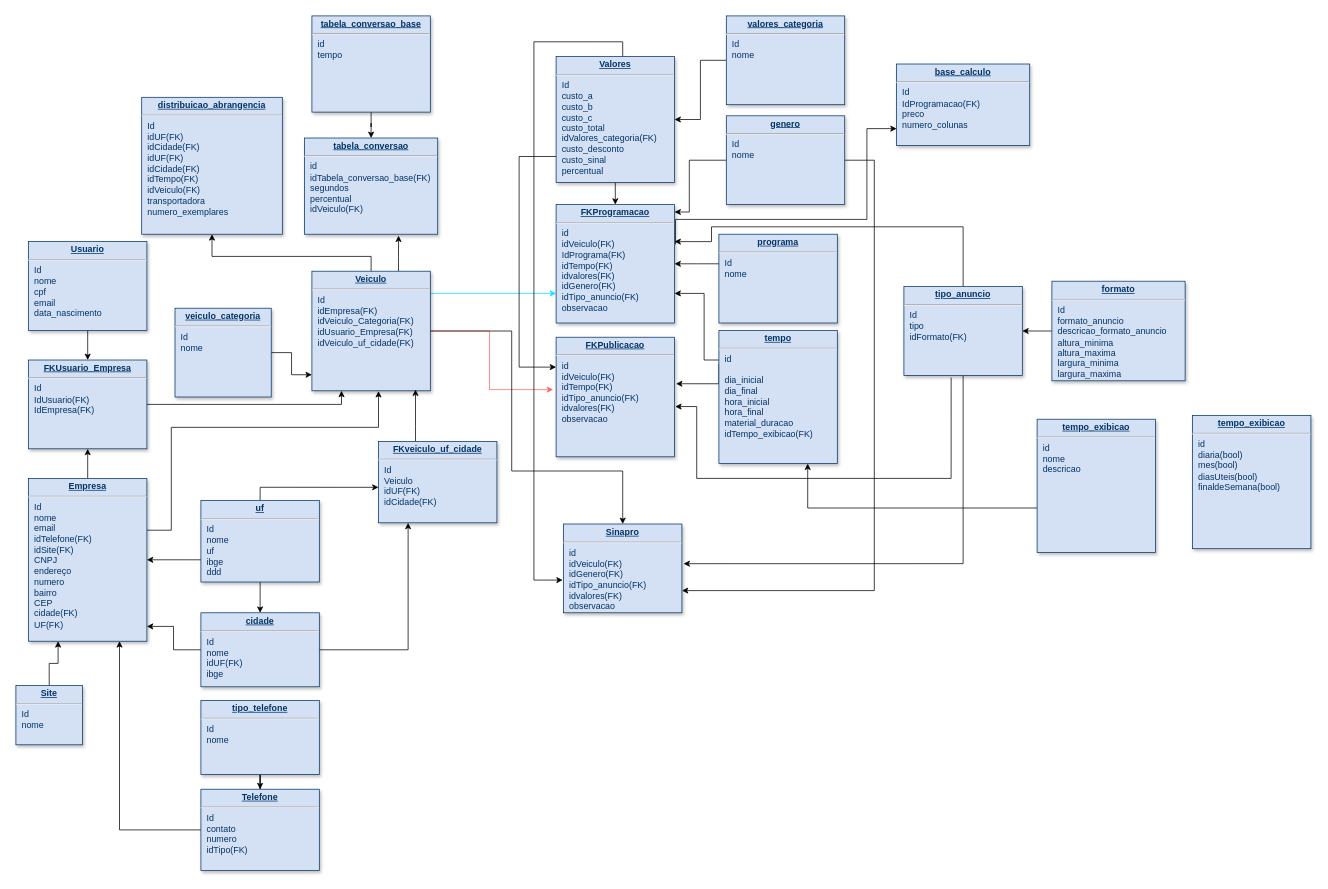
Before: Diagrama atualizado.drawio in diogo-guimaraes/teste_git, a draw.io diagram. Source tidied: cells renumbered, new cells numbered last; positions are measured from the earlier drawing's top-left corner, leaving out a move shared by most shapes. Both pictures are drawn from the tidied source at 74%, with x=0, y=0 at pixel (16, 16).
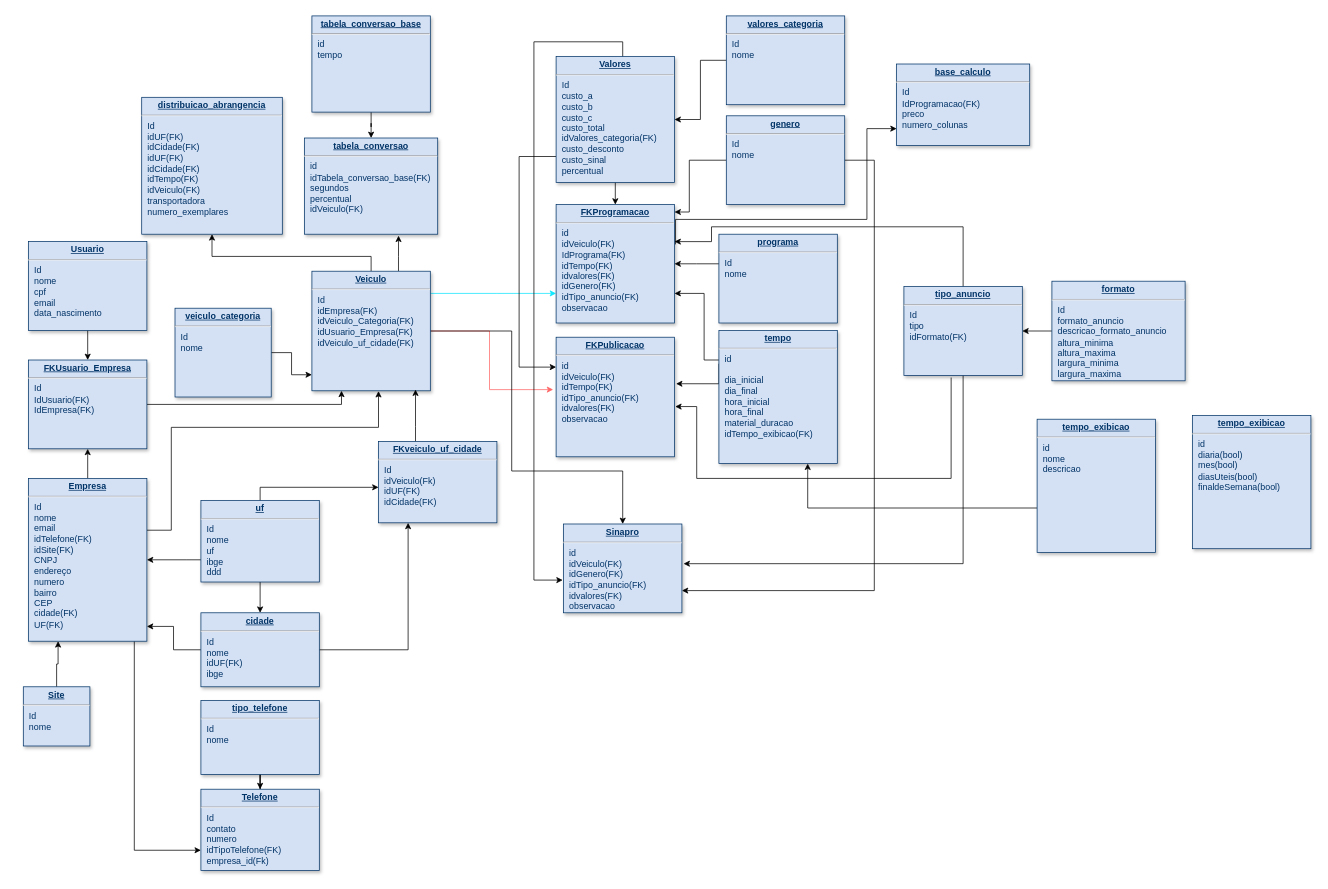
After the change.

The change refers to these unchanged cells:
```xml
<mxCell id="16" value="&lt;p style=&quot;margin: 0px ; margin-top: 4px ; text-align: center ; text-decoration: underline&quot;&gt;&lt;b&gt;Empresa&lt;/b&gt;&lt;/p&gt;&lt;hr&gt;&lt;p style=&quot;margin: 0px ; margin-left: 8px&quot;&gt;Id&lt;/p&gt;&lt;p style=&quot;margin: 0px ; margin-left: 8px&quot;&gt;nome&lt;/p&gt;&lt;p style=&quot;margin: 0px ; margin-left: 8px&quot;&gt;email&lt;/p&gt;&lt;p style=&quot;margin: 0px ; margin-left: 8px&quot;&gt;&lt;span&gt;idTelefone(FK)&lt;/span&gt;&lt;/p&gt;&lt;p style=&quot;margin: 0px ; margin-left: 8px&quot;&gt;&lt;span&gt;idSite(FK)&lt;/span&gt;&lt;/p&gt;&lt;p style=&quot;margin: 0px ; margin-left: 8px&quot;&gt;&lt;span&gt;CNPJ&lt;/span&gt;&lt;br&gt;&lt;/p&gt;&lt;p style=&quot;margin: 0px ; margin-left: 8px&quot;&gt;endereço&lt;/p&gt;&lt;p style=&quot;margin: 0px ; margin-left: 8px&quot;&gt;numero&lt;/p&gt;&lt;p style=&quot;margin: 0px ; margin-left: 8px&quot;&gt;bairro&lt;/p&gt;&lt;p style=&quot;margin: 0px ; margin-left: 8px&quot;&gt;&lt;span&gt;CEP&lt;/span&gt;&lt;br&gt;&lt;/p&gt;&lt;p style=&quot;margin: 0px ; margin-left: 8px&quot;&gt;cidade(FK)&lt;/p&gt;&lt;p style=&quot;margin: 0px ; margin-left: 8px&quot;&gt;&lt;span&gt;UF(FK)&lt;/span&gt;&lt;/p&gt;&lt;p style=&quot;margin: 0px ; margin-left: 8px&quot;&gt;&lt;br&gt;&lt;/p&gt;&lt;p style=&quot;margin: 0px ; margin-left: 8px&quot;&gt;&lt;br&gt;&lt;/p&gt;" style="verticalAlign=top;align=left;overflow=fill;fontSize=12;fontFamily=Helvetica;html=1;strokeColor=#003366;shadow=1;fillColor=#D4E1F5;fontColor=#003366;" parent="1" vertex="1">
  <mxGeometry x="17" y="625" width="160" height="220" as="geometry" />
</mxCell>
```

The edit, as a diff of the source:
```diff
@@
+    <mxCell id="64" style="edgeStyle=orthogonalEdgeStyle;rounded=0;jettySize=auto;html=1;entryX=0;entryY=0.75;entryDx=0;entryDy=0;" parent="1" edge="1" source="16" target="27">
+      <mxGeometry relative="1" as="geometry">
+        <Array as="points">
+          <mxPoint x="160" y="1128" />
+        </Array>
+      </mxGeometry>
+    </mxCell>
@@
-    <mxCell id="26" style="edgeStyle=orthogonalEdgeStyle;rounded=0;jettySize=auto;html=1;" parent="1" edge="1" source="27" target="16">
-      <mxGeometry relative="1" as="geometry">
-        <Array as="points">
-          <mxPoint x="140" y="1100" />
-        </Array>
-      </mxGeometry>
-    </mxCell>
-    <mxCell id="27" value="&lt;p style=&quot;margin: 0px ; margin-top: 4px ; text-align: center ; text-decoration: underline&quot;&gt;&lt;b&gt;Telefone&lt;/b&gt;&lt;/p&gt;&lt;hr&gt;&lt;p style=&quot;margin: 0px ; margin-left: 8px&quot;&gt;Id&lt;/p&gt;&lt;p style=&quot;margin: 0px ; margin-left: 8px&quot;&gt;contato&lt;/p&gt;&lt;p style=&quot;margin: 0px ; margin-left: 8px&quot;&gt;numero&lt;/p&gt;&lt;p style=&quot;margin: 0px ; margin-left: 8px&quot;&gt;idTipo(FK)&lt;/p&gt;" style="verticalAlign=top;align=left;overflow=fill;fontSize=12;fontFamily=Helvetica;html=1;strokeColor=#003366;shadow=1;fillColor=#D4E1F5;fontColor=#003366;" parent="1" vertex="1">
+    <mxCell id="27" value="&lt;p style=&quot;margin: 0px ; margin-top: 4px ; text-align: center ; text-decoration: underline&quot;&gt;&lt;b&gt;Telefone&lt;/b&gt;&lt;/p&gt;&lt;hr&gt;&lt;p style=&quot;margin: 0px ; margin-left: 8px&quot;&gt;Id&lt;/p&gt;&lt;p style=&quot;margin: 0px ; margin-left: 8px&quot;&gt;contato&lt;/p&gt;&lt;p style=&quot;margin: 0px ; margin-left: 8px&quot;&gt;numero&lt;/p&gt;&lt;p style=&quot;margin: 0px ; margin-left: 8px&quot;&gt;idTipoTelefone(FK)&lt;/p&gt;&lt;p style=&quot;margin: 0px ; margin-left: 8px&quot;&gt;empresa_id(Fk)&lt;/p&gt;" style="verticalAlign=top;align=left;overflow=fill;fontSize=12;fontFamily=Helvetica;html=1;strokeColor=#003366;shadow=1;fillColor=#D4E1F5;fontColor=#003366;" parent="1" vertex="1">
       <mxGeometry x="250" y="1045" width="160" height="110" as="geometry" />
     </mxCell>
@@
     <mxCell id="29" value="&lt;p style=&quot;margin: 0px ; margin-top: 4px ; text-align: center ; text-decoration: underline&quot;&gt;&lt;b&gt;Site&lt;/b&gt;&lt;/p&gt;&lt;hr&gt;&lt;p style=&quot;margin: 0px ; margin-left: 8px&quot;&gt;Id&lt;/p&gt;&lt;p style=&quot;margin: 0px ; margin-left: 8px&quot;&gt;nome&lt;/p&gt;" style="verticalAlign=top;align=left;overflow=fill;fontSize=12;fontFamily=Helvetica;html=1;strokeColor=#003366;shadow=1;fillColor=#D4E1F5;fontColor=#003366;" parent="1" vertex="1">
-      <mxGeometry y="905" width="90" height="80" as="geometry" />
+      <mxGeometry x="10" y="906.6" width="90" height="80" as="geometry" />
     </mxCell>
@@
-    <mxCell id="41" value="&lt;p style=&quot;margin: 0px ; margin-top: 4px ; text-align: center ; text-decoration: underline&quot;&gt;&lt;b&gt;FKveiculo_uf_cidade&lt;/b&gt;&lt;/p&gt;&lt;hr&gt;&lt;p style=&quot;margin: 0px ; margin-left: 8px&quot;&gt;Id&lt;/p&gt;&lt;p style=&quot;margin: 0px ; margin-left: 8px&quot;&gt;Veiculo&lt;/p&gt;&lt;p style=&quot;margin: 0px ; margin-left: 8px&quot;&gt;idUF(FK)&lt;/p&gt;&lt;p style=&quot;margin: 0px ; margin-left: 8px&quot;&gt;idCidade(FK)&lt;/p&gt;" style="verticalAlign=top;align=left;overflow=fill;fontSize=12;fontFamily=Helvetica;html=1;strokeColor=#003366;shadow=1;fillColor=#D4E1F5;fontColor=#003366;" parent="1" vertex="1">
+    <mxCell id="41" value="&lt;p style=&quot;margin: 0px ; margin-top: 4px ; text-align: center ; text-decoration: underline&quot;&gt;&lt;b&gt;FKveiculo_uf_cidade&lt;/b&gt;&lt;/p&gt;&lt;hr&gt;&lt;p style=&quot;margin: 0px ; margin-left: 8px&quot;&gt;Id&lt;/p&gt;&lt;p style=&quot;margin: 0px ; margin-left: 8px&quot;&gt;idVeiculo(Fk)&lt;/p&gt;&lt;p style=&quot;margin: 0px ; margin-left: 8px&quot;&gt;idUF(FK)&lt;/p&gt;&lt;p style=&quot;margin: 0px ; margin-left: 8px&quot;&gt;idCidade(FK)&lt;/p&gt;" style="verticalAlign=top;align=left;overflow=fill;fontSize=12;fontFamily=Helvetica;html=1;strokeColor=#003366;shadow=1;fillColor=#D4E1F5;fontColor=#003366;" parent="1" vertex="1">
       <mxGeometry x="490" y="575" width="160" height="110" as="geometry" />
     </mxCell>
```
